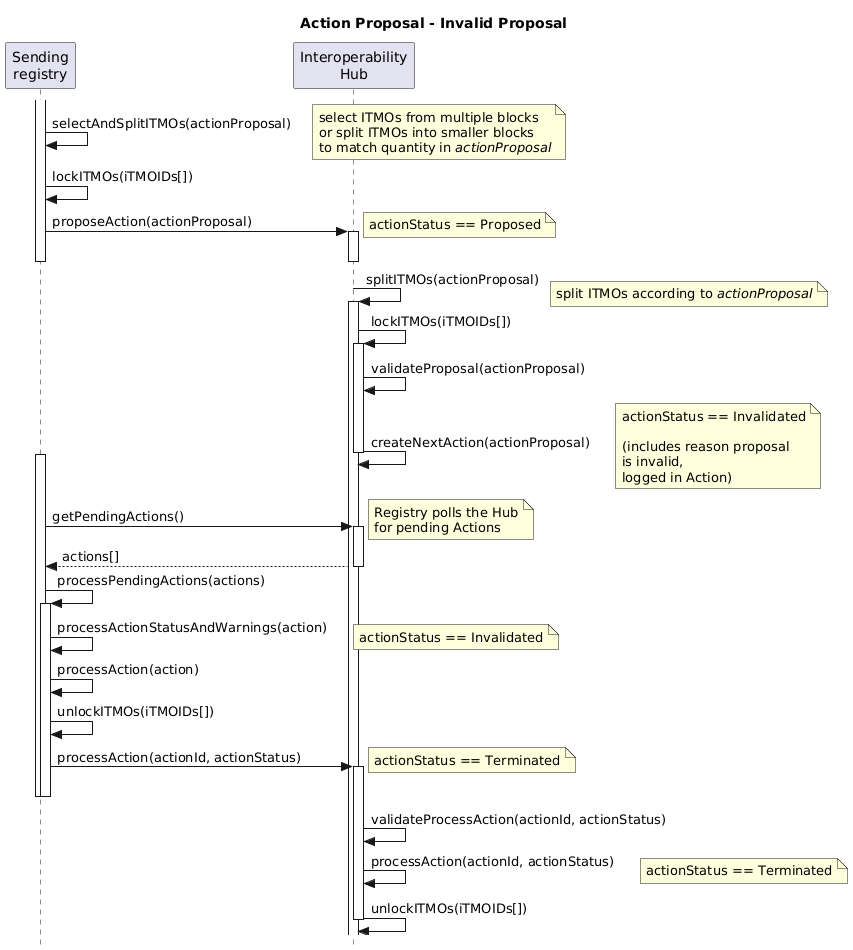
frankcnng/CARP keeps this PlantUML diagram as diagrams/actionProposal_Invalid_Sequence.png. Above is the earlier version.
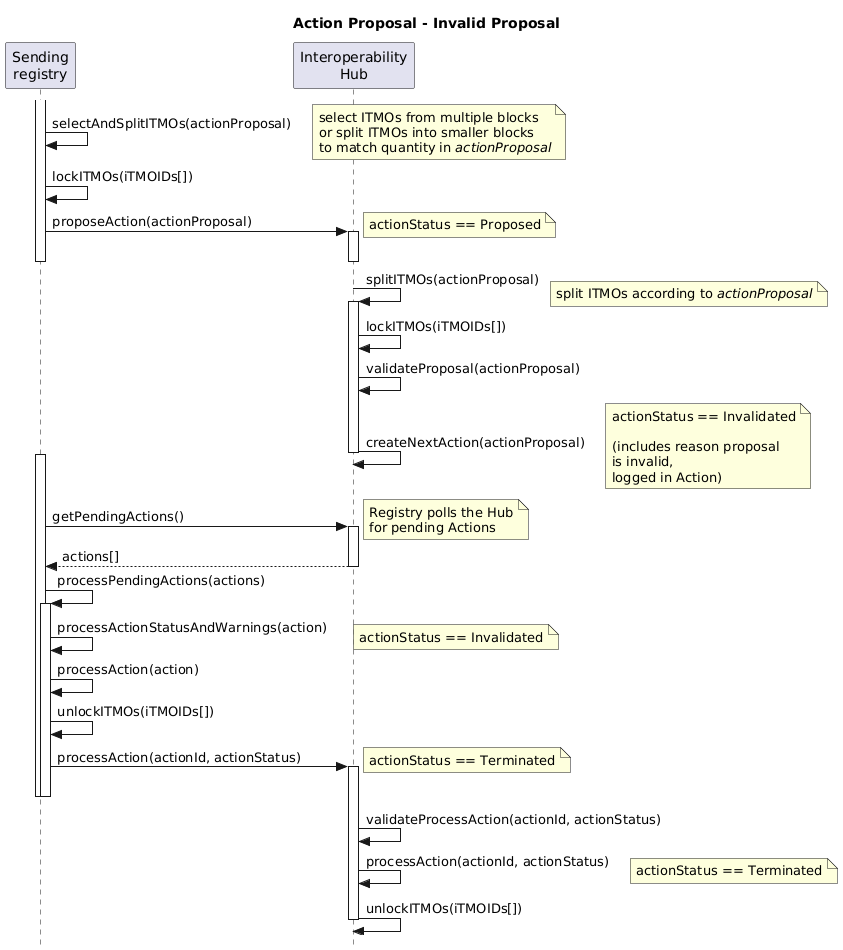
After the change.

Diff of the diagram source:
```diff
@@ -20,7 +20,7 @@
 
 Hub -> Hub++: splitITMOs(actionProposal)
 note right: split ITMOs according to //actionProposal//
-Hub -> Hub++: lockITMOs(iTMOIDs[])
+Hub -> Hub: lockITMOs(iTMOIDs[])
 Hub -> Hub: validateProposal(actionProposal)
 Hub -> Hub--: createNextAction(actionProposal)
 note right: actionStatus == Invalidated\n\n(includes reason proposal\nis invalid,\nlogged in Action)
```
